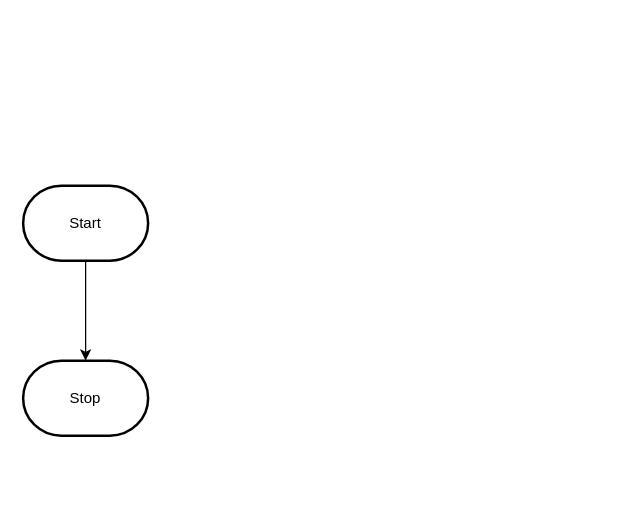
Earlier version of the draw.io diagram design/flowchart.drawio (MTHS-ICD2O-1-2023/ICD2O-Unit-5-08-giordan-zeina). Source tidied: cells renumbered, new cells numbered last; positions are measured from the earlier drawing's top-left corner, leaving out a move shared by most shapes. Both pictures are drawn from the tidied source at 125%, with x=0, y=0 at pixel (22, 185).
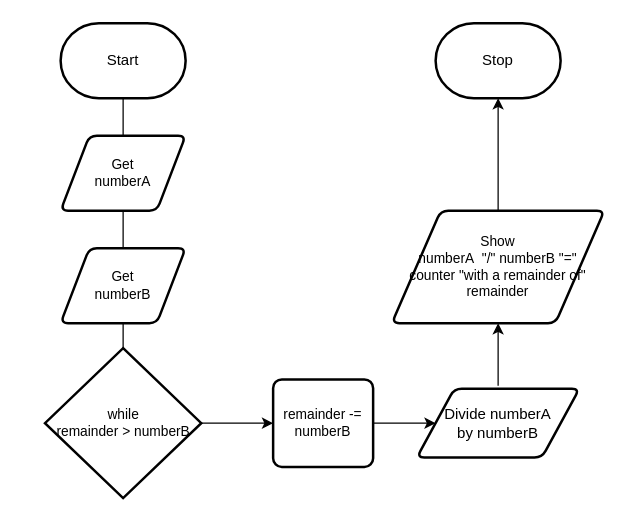
Above is the later version.

Change to the diagram source:
```diff
@@
 <mxGraphModel>
   <root>
     <mxCell id="0" />
     <mxCell id="1" parent="0" />
-    <mxCell id="2" style="edgeStyle=orthogonalEdgeStyle;html=1;rounded=0;" parent="1" edge="1" source="3" target="4">
-      <mxGeometry relative="1" as="geometry" />
-    </mxCell>
     <mxCell id="3" value="Start" style="strokeWidth=2;html=1;shape=mxgraph.flowchart.terminator;whiteSpace=wrap;" parent="1" vertex="1">
-      <mxGeometry width="100" height="60" as="geometry" />
+      <mxGeometry x="30" y="-130" width="100" height="60" as="geometry" />
     </mxCell>
     <mxCell id="4" value="Stop" style="strokeWidth=2;html=1;shape=mxgraph.flowchart.terminator;whiteSpace=wrap;" parent="1" vertex="1">
-      <mxGeometry y="140" width="100" height="60" as="geometry" />
+      <mxGeometry x="330" y="-130" width="100" height="60" as="geometry" />
     </mxCell>
+    <mxCell id="5" style="edgeStyle=orthogonalEdgeStyle;html=1;rounded=0;endArrow=none;" parent="1" edge="1" source="3" target="6">
+      <mxGeometry relative="1" as="geometry" />
+    </mxCell>
+    <mxCell id="6" value="Get&lt;br&gt;numberA" style="shape=parallelogram;html=1;strokeWidth=2;perimeter=parallelogramPerimeter;whiteSpace=wrap;rounded=1;arcSize=12;size=0.23;fontFamily=Helvetica;fontSize=11;fontColor=default;" parent="1" vertex="1">
+      <mxGeometry x="30" y="-40" width="100" height="60" as="geometry" />
+    </mxCell>
+    <mxCell id="7" style="edgeStyle=orthogonalEdgeStyle;html=1;rounded=0;startArrow=none;endArrow=none;" parent="1" edge="1" source="6" target="8">
+      <mxGeometry relative="1" as="geometry" />
+    </mxCell>
+    <mxCell id="8" value="Get&lt;br&gt;numberB" style="shape=parallelogram;html=1;strokeWidth=2;perimeter=parallelogramPerimeter;whiteSpace=wrap;rounded=1;arcSize=12;size=0.23;fontFamily=Helvetica;fontSize=11;fontColor=default;" parent="1" vertex="1">
+      <mxGeometry x="30" y="50" width="100" height="60" as="geometry" />
+    </mxCell>
+    <mxCell id="9" style="edgeStyle=orthogonalEdgeStyle;html=1;rounded=0;startArrow=none;endArrow=none;entryX=0.5;entryY=0;entryDx=0;entryDy=0;entryPerimeter=0;" parent="1" edge="1" source="8" target="11">
+      <mxGeometry relative="1" as="geometry" />
+    </mxCell>
+    <mxCell id="10" style="edgeStyle=none;html=1;entryX=0;entryY=0.5;entryDx=0;entryDy=0;" parent="1" edge="1" source="11" target="13">
+      <mxGeometry relative="1" as="geometry" />
+    </mxCell>
+    <mxCell id="11" value="while&lt;br&gt;remainder &amp;gt; numberB" style="strokeWidth=2;html=1;shape=mxgraph.flowchart.decision;whiteSpace=wrap;fontFamily=Helvetica;fontSize=11;fontColor=default;" parent="1" vertex="1">
+      <mxGeometry x="17.5" y="130" width="125" height="120" as="geometry" />
+    </mxCell>
+    <mxCell id="12" style="edgeStyle=none;html=1;" parent="1" edge="1" source="13">
+      <mxGeometry relative="1" as="geometry">
+        <mxPoint x="330" y="190" as="targetPoint" />
+      </mxGeometry>
+    </mxCell>
+    <mxCell id="13" value="remainder -=&lt;br&gt;numberB" style="rounded=1;whiteSpace=wrap;html=1;absoluteArcSize=1;arcSize=14;strokeWidth=2;fontFamily=Helvetica;fontSize=11;fontColor=default;" parent="1" vertex="1">
+      <mxGeometry x="200" y="155" width="80" height="70" as="geometry" />
+    </mxCell>
+    <mxCell id="14" style="edgeStyle=orthogonalEdgeStyle;shape=connector;rounded=0;html=1;labelBackgroundColor=default;strokeColor=default;fontFamily=Helvetica;fontSize=11;fontColor=default;endArrow=classic;" parent="1" edge="1" source="15" target="4">
+      <mxGeometry relative="1" as="geometry" />
+    </mxCell>
+    <mxCell id="15" value="Show&lt;br&gt;numberA&amp;nbsp; &quot;/&quot; numberB &quot;=&quot;&lt;br&gt;counter &quot;with a remainder of&quot;&lt;br&gt;remainder" style="shape=parallelogram;html=1;strokeWidth=2;perimeter=parallelogramPerimeter;whiteSpace=wrap;rounded=1;arcSize=12;size=0.23;fontFamily=Helvetica;fontSize=11;fontColor=default;" parent="1" vertex="1">
+      <mxGeometry x="295" y="20" width="170" height="90" as="geometry" />
+    </mxCell>
+    <mxCell id="16" style="edgeStyle=none;html=1;" parent="1" edge="1" target="15">
+      <mxGeometry relative="1" as="geometry">
+        <mxPoint x="380" y="160" as="sourcePoint" />
+      </mxGeometry>
+    </mxCell>
+    <mxCell id="17" value="&lt;span style=&quot;font-size: 12px;&quot;&gt;Divide numberA &lt;br&gt;by numberB&lt;br&gt;&lt;/span&gt;" style="shape=parallelogram;html=1;strokeWidth=2;perimeter=parallelogramPerimeter;whiteSpace=wrap;rounded=1;arcSize=12;size=0.23;fontFamily=Helvetica;fontSize=11;fontColor=default;" parent="1" vertex="1">
+      <mxGeometry x="315" y="162.5" width="130" height="55" as="geometry" />
+    </mxCell>
   </root>
 </mxGraphModel>
```
